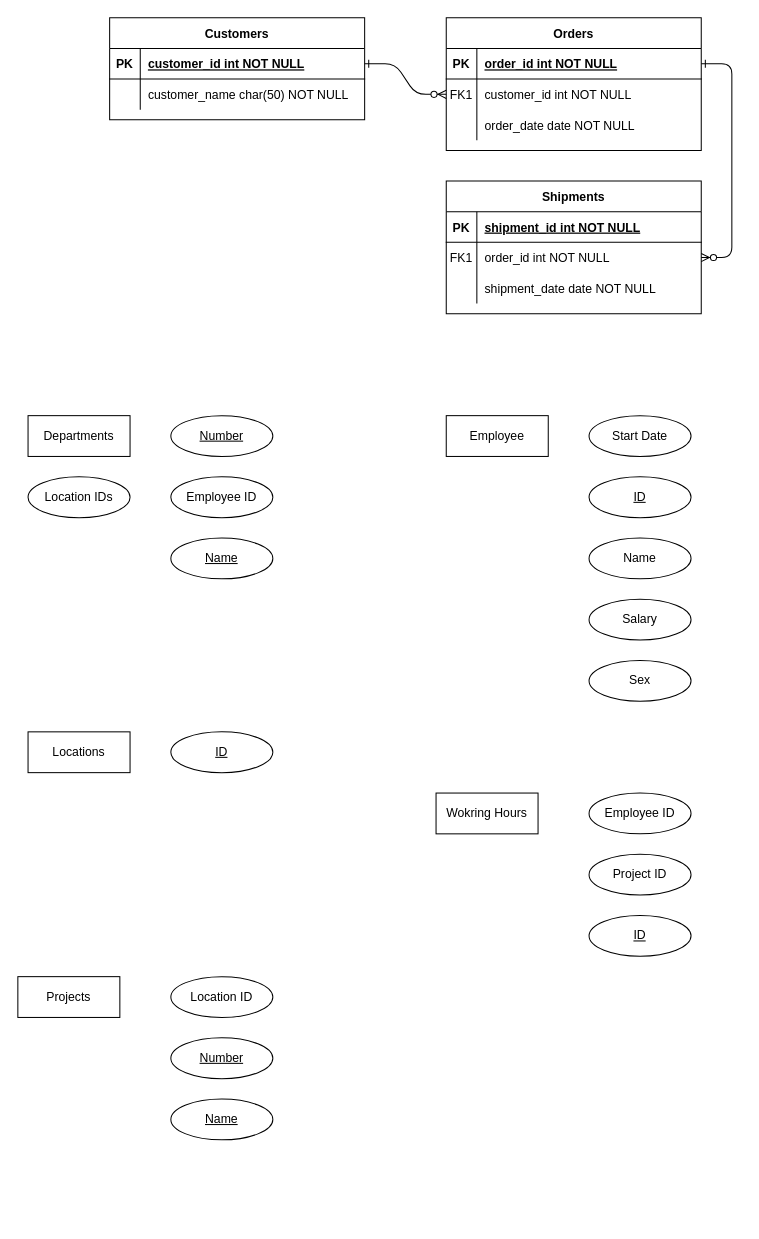
Before: Untitled Diagram.drawio in adammartin1981/notes, a draw.io diagram. Source tidied: cells renumbered, new cells numbered last; positions are measured from the earlier drawing's top-left corner, leaving out a move shared by most shapes. Both pictures are drawn from the tidied source at 102%, with x=0, y=0 at pixel (17, 17).
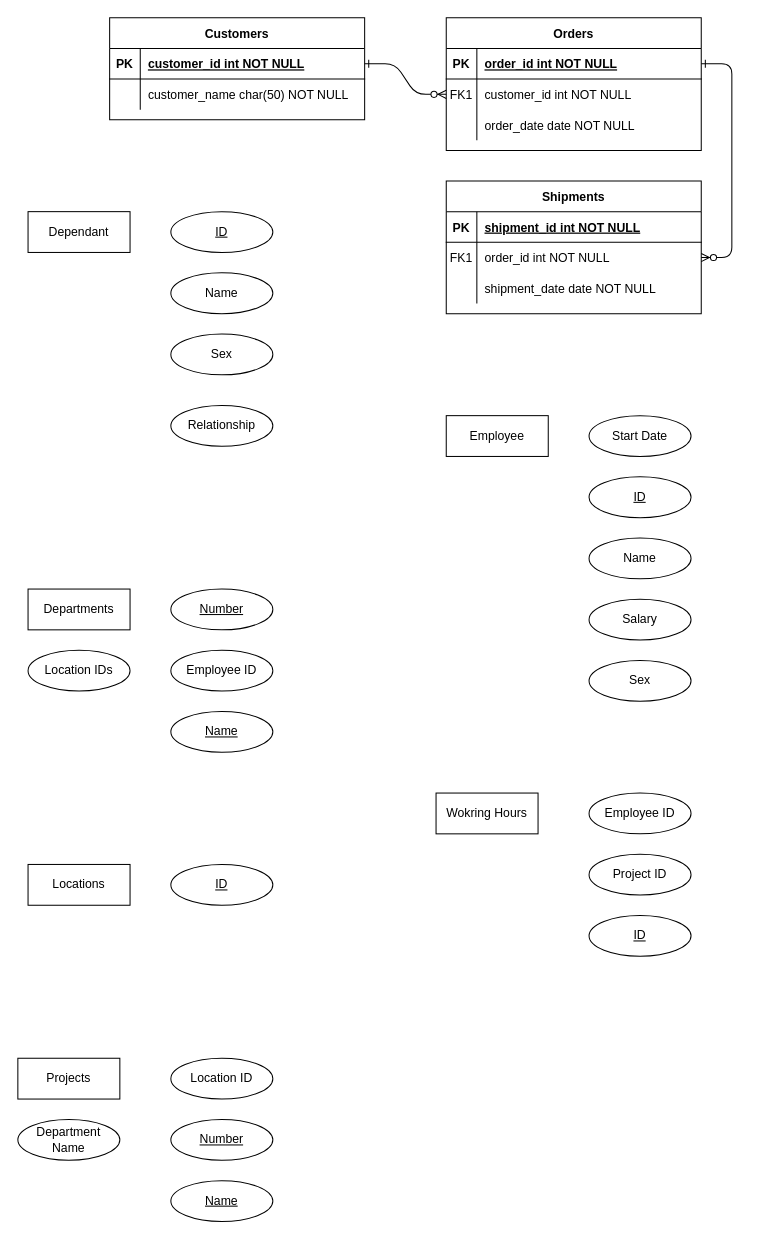
The same page after the edit.

What changed in the source:
```diff
@@
     <mxCell id="31" value="Departments" style="whiteSpace=wrap;html=1;align=center;" parent="1" vertex="1">
-      <mxGeometry x="10" y="390" width="100" height="40" as="geometry" />
+      <mxGeometry x="10" y="560" width="100" height="40" as="geometry" />
     </mxCell>
     <mxCell id="32" value="Number" style="ellipse;whiteSpace=wrap;html=1;align=center;fontStyle=4;" parent="1" vertex="1">
-      <mxGeometry x="150" y="390" width="100" height="40" as="geometry" />
+      <mxGeometry x="150" y="560" width="100" height="40" as="geometry" />
     </mxCell>
     <mxCell id="33" value="Employee ID" style="ellipse;whiteSpace=wrap;html=1;align=center;" parent="1" vertex="1">
-      <mxGeometry x="150" y="450" width="100" height="40" as="geometry" />
+      <mxGeometry x="150" y="620" width="100" height="40" as="geometry" />
     </mxCell>
@@
     <mxCell id="37" value="Name" style="ellipse;whiteSpace=wrap;html=1;align=center;fontStyle=4;" parent="1" vertex="1">
-      <mxGeometry x="150" y="510" width="100" height="40" as="geometry" />
+      <mxGeometry x="150" y="680" width="100" height="40" as="geometry" />
     </mxCell>
     <mxCell id="38" value="Locations" style="whiteSpace=wrap;html=1;align=center;" parent="1" vertex="1">
-      <mxGeometry x="10" y="700" width="100" height="40" as="geometry" />
+      <mxGeometry x="10" y="830" width="100" height="40" as="geometry" />
     </mxCell>
     <mxCell id="39" value="ID" style="ellipse;whiteSpace=wrap;html=1;align=center;fontStyle=4;" parent="1" vertex="1">
-      <mxGeometry x="150" y="700" width="100" height="40" as="geometry" />
+      <mxGeometry x="150" y="830" width="100" height="40" as="geometry" />
     </mxCell>
     <mxCell id="40" value="Location IDs" style="ellipse;whiteSpace=wrap;html=1;align=center;" parent="1" vertex="1">
-      <mxGeometry x="10" y="450" width="100" height="40" as="geometry" />
+      <mxGeometry x="10" y="620" width="100" height="40" as="geometry" />
     </mxCell>
     <mxCell id="41" value="Projects" style="whiteSpace=wrap;html=1;align=center;" parent="1" vertex="1">
-      <mxGeometry y="940" width="100" height="40" as="geometry" />
+      <mxGeometry y="1020" width="100" height="40" as="geometry" />
     </mxCell>
     <mxCell id="42" value="Location ID" style="ellipse;whiteSpace=wrap;html=1;align=center;" parent="1" vertex="1">
-      <mxGeometry x="150" y="940" width="100" height="40" as="geometry" />
+      <mxGeometry x="150" y="1020" width="100" height="40" as="geometry" />
     </mxCell>
     <mxCell id="43" value="Number" style="ellipse;whiteSpace=wrap;html=1;align=center;fontStyle=4;" parent="1" vertex="1">
-      <mxGeometry x="150" y="1000" width="100" height="40" as="geometry" />
+      <mxGeometry x="150" y="1080" width="100" height="40" as="geometry" />
     </mxCell>
     <mxCell id="44" value="Name" style="ellipse;whiteSpace=wrap;html=1;align=center;fontStyle=4;" parent="1" vertex="1">
-      <mxGeometry x="150" y="1060" width="100" height="40" as="geometry" />
+      <mxGeometry x="150" y="1140" width="100" height="40" as="geometry" />
     </mxCell>
@@
+    <mxCell id="52" value="Dependant" style="whiteSpace=wrap;html=1;align=center;" parent="1" vertex="1">
+      <mxGeometry x="10" y="190" width="100" height="40" as="geometry" />
+    </mxCell>
+    <mxCell id="53" value="ID" style="ellipse;whiteSpace=wrap;html=1;align=center;fontStyle=4;" parent="1" vertex="1">
+      <mxGeometry x="150" y="190" width="100" height="40" as="geometry" />
+    </mxCell>
+    <mxCell id="54" value="Name" style="ellipse;whiteSpace=wrap;html=1;align=center;" parent="1" vertex="1">
+      <mxGeometry x="150" y="250" width="100" height="40" as="geometry" />
+    </mxCell>
+    <mxCell id="55" value="Sex" style="ellipse;whiteSpace=wrap;html=1;align=center;" parent="1" vertex="1">
+      <mxGeometry x="150" y="310" width="100" height="40" as="geometry" />
+    </mxCell>
+    <mxCell id="56" value="Relationship" style="ellipse;whiteSpace=wrap;html=1;align=center;" parent="1" vertex="1">
+      <mxGeometry x="150" y="380" width="100" height="40" as="geometry" />
+    </mxCell>
+    <mxCell id="57" value="Department Name" style="ellipse;whiteSpace=wrap;html=1;align=center;" parent="1" vertex="1">
+      <mxGeometry y="1080" width="100" height="40" as="geometry" />
+    </mxCell>
```
